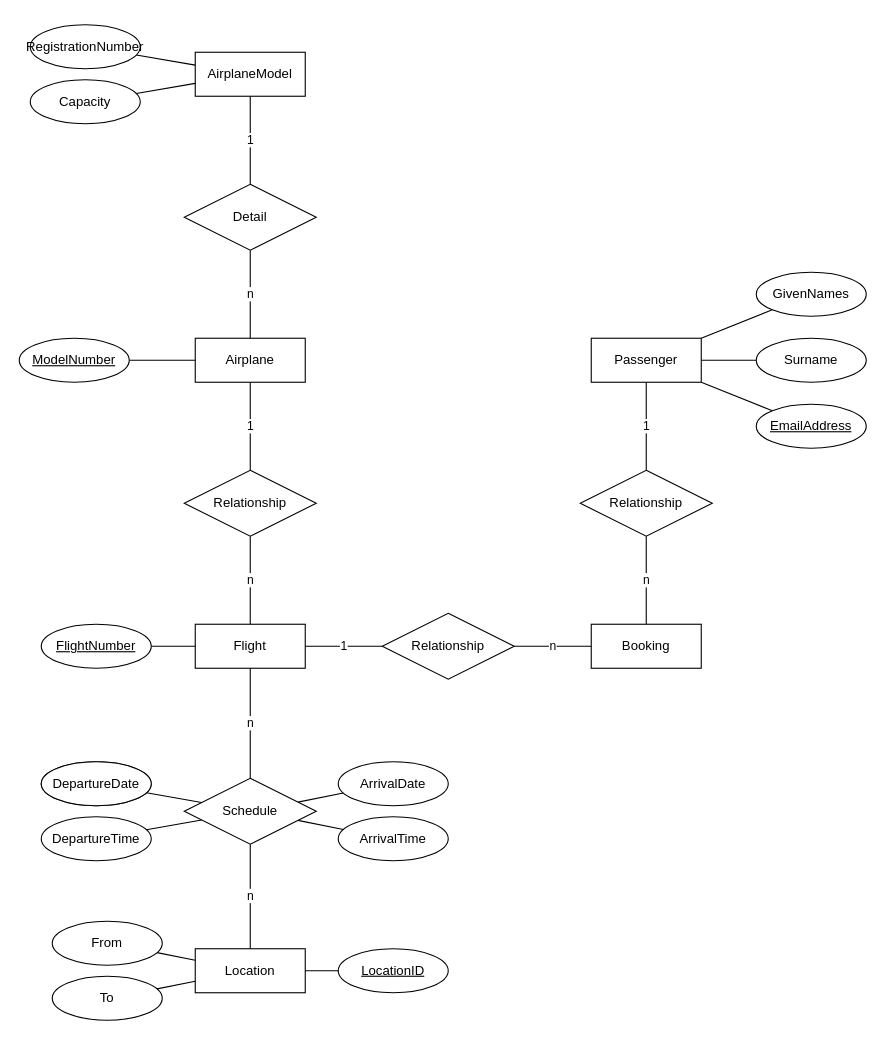
The draw.io diagram page "main" (1 of 3) of Nam3_HK1/CSDL_SQL_Plus/Tuan1/Bai3.drawio in EdgarIgnite16/SGU-Course, before the edit. Source tidied: cells renumbered, new cells numbered last; positions are measured from the earlier drawing's top-left corner, leaving out a move shared by most shapes. Both pictures are drawn from the tidied source at 110%, with x=0, y=0 at pixel (19, 24).
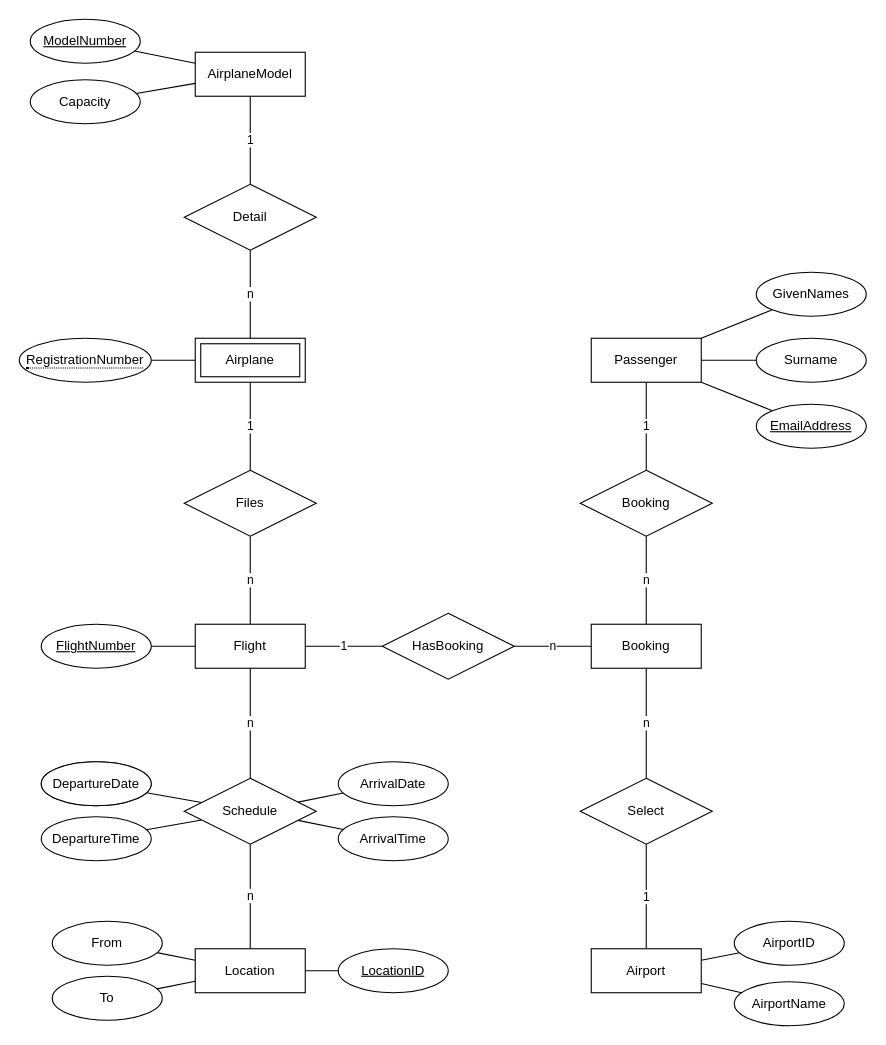
The same page after the edit.

The change refers to these unchanged cells:
```xml
<mxCell id="5" value="Passenger" style="whiteSpace=wrap;html=1;align=center;" parent="1" vertex="1">
  <mxGeometry x="520" y="285" width="100" height="40" as="geometry" />
</mxCell>
<mxCell id="7" value="Booking" style="whiteSpace=wrap;html=1;align=center;" parent="1" vertex="1">
  <mxGeometry x="520" y="545" width="100" height="40" as="geometry" />
</mxCell>
<mxCell id="37" value="AirplaneModel" style="whiteSpace=wrap;html=1;align=center;" parent="1" vertex="1">
  <mxGeometry x="160" y="25" width="100" height="40" as="geometry" />
</mxCell>
```

Diff of the diagram source:
```diff
@@
-    <mxCell id="3" value="Airplane" style="whiteSpace=wrap;html=1;align=center;" parent="1" vertex="1">
-      <mxGeometry x="160" y="285" width="100" height="40" as="geometry" />
-    </mxCell>
-    <mxCell id="4" value="1" style="rounded=0;jettySize=auto;html=1;endArrow=none;endFill=0;" parent="1" edge="1" source="5" target="11">
-      <mxGeometry relative="1" as="geometry" />
+    <mxCell id="4" value="1" style="rounded=0;jettySize=auto;html=1;endArrow=none;endFill=0;" parent="1" edge="1" source="5">
+      <mxGeometry relative="1" as="geometry">
+        <mxPoint x="570" y="405" as="targetPoint" />
+      </mxGeometry>
     </mxCell>
@@
+    <mxCell id="53" value="n" style="edgeStyle=none;rounded=0;jettySize=auto;html=1;endArrow=none;endFill=0;" parent="1" edge="1" source="7" target="59">
+      <mxGeometry relative="1" as="geometry" />
+    </mxCell>
@@
-    <mxCell id="10" value="n" style="edgeStyle=none;rounded=0;jettySize=auto;html=1;endArrow=none;endFill=0;" parent="1" edge="1" source="11" target="7">
-      <mxGeometry relative="1" as="geometry" />
+    <mxCell id="10" value="n" style="edgeStyle=none;rounded=0;jettySize=auto;html=1;endArrow=none;endFill=0;" parent="1" edge="1" target="7">
+      <mxGeometry relative="1" as="geometry">
+        <mxPoint x="570" y="465" as="sourcePoint" />
+      </mxGeometry>
     </mxCell>
-    <mxCell id="11" value="Relationship" style="shape=rhombus;perimeter=rhombusPerimeter;whiteSpace=wrap;html=1;align=center;" parent="1" vertex="1">
-      <mxGeometry x="510" y="405" width="120" height="60" as="geometry" />
-    </mxCell>
@@
-    <mxCell id="13" value="Relationship" style="shape=rhombus;perimeter=rhombusPerimeter;whiteSpace=wrap;html=1;align=center;" parent="1" vertex="1">
+    <mxCell id="13" value="HasBooking" style="shape=rhombus;perimeter=rhombusPerimeter;whiteSpace=wrap;html=1;align=center;" parent="1" vertex="1">
       <mxGeometry x="330" y="535" width="120" height="60" as="geometry" />
     </mxCell>
-    <mxCell id="14" value="Relationship" style="shape=rhombus;perimeter=rhombusPerimeter;whiteSpace=wrap;html=1;align=center;" parent="1" vertex="1">
+    <mxCell id="14" value="Files" style="shape=rhombus;perimeter=rhombusPerimeter;whiteSpace=wrap;html=1;align=center;" parent="1" vertex="1">
       <mxGeometry x="150" y="405" width="120" height="60" as="geometry" />
     </mxCell>
-    <mxCell id="15" style="edgeStyle=none;rounded=0;jettySize=auto;html=1;endArrow=none;endFill=0;" parent="1" edge="1" source="16" target="3">
-      <mxGeometry relative="1" as="geometry" />
-    </mxCell>
+    <mxCell id="54" style="edgeStyle=none;rounded=0;jettySize=auto;html=1;endArrow=none;endFill=0;" parent="1" edge="1" source="16" target="37">
+      <mxGeometry relative="1" as="geometry" />
+    </mxCell>
     <mxCell id="16" value="ModelNumber" style="ellipse;whiteSpace=wrap;html=1;align=center;fontStyle=4;" parent="1" vertex="1">
-      <mxGeometry y="285" width="100" height="40" as="geometry" />
+      <mxGeometry x="10" y="-5" width="100" height="40" as="geometry" />
     </mxCell>
@@
-    <mxCell id="42" style="edgeStyle=none;rounded=0;jettySize=auto;html=1;endArrow=none;endFill=0;" parent="1" edge="1" source="43" target="37">
-      <mxGeometry relative="1" as="geometry" />
-    </mxCell>
-    <mxCell id="43" value="RegistrationNumber" style="ellipse;whiteSpace=wrap;html=1;align=center;" parent="1" vertex="1">
-      <mxGeometry x="10" width="100" height="40" as="geometry" />
-    </mxCell>
@@
+    <mxCell id="55" style="rounded=0;jettySize=auto;html=1;endArrow=none;endFill=0;" parent="1" edge="1" source="43">
+      <mxGeometry relative="1" as="geometry">
+        <mxPoint x="160" y="305" as="targetPoint" />
+      </mxGeometry>
+    </mxCell>
+    <mxCell id="3" value="Airplane" style="shape=ext;margin=3;double=1;whiteSpace=wrap;html=1;align=center;" parent="1" vertex="1">
+      <mxGeometry x="160" y="285" width="100" height="40" as="geometry" />
+    </mxCell>
+    <mxCell id="56" style="edgeStyle=none;rounded=0;orthogonalLoop=1;jettySize=auto;html=1;exitX=1;exitY=0.5;exitDx=0;exitDy=0;endArrow=none;endFill=0;" parent="1" edge="1">
+      <mxGeometry relative="1" as="geometry">
+        <mxPoint x="90" y="310" as="sourcePoint" />
+        <mxPoint x="90" y="310" as="targetPoint" />
+      </mxGeometry>
+    </mxCell>
+    <mxCell id="43" value="&lt;span style=&quot;border-bottom: 1px dotted&quot;&gt;RegistrationNumber&lt;/span&gt;" style="ellipse;whiteSpace=wrap;html=1;align=center;" parent="1" vertex="1">
+      <mxGeometry y="285" width="120" height="40" as="geometry" />
+    </mxCell>
+    <mxCell id="57" value="Booking" style="shape=rhombus;perimeter=rhombusPerimeter;whiteSpace=wrap;html=1;align=center;" parent="1" vertex="1">
+      <mxGeometry x="510" y="405" width="120" height="60" as="geometry" />
+    </mxCell>
+    <mxCell id="58" value="1" style="edgeStyle=none;rounded=0;jettySize=auto;html=1;endArrow=none;endFill=0;" parent="1" edge="1" source="59" target="62">
+      <mxGeometry relative="1" as="geometry" />
+    </mxCell>
+    <mxCell id="59" value="Select" style="shape=rhombus;perimeter=rhombusPerimeter;whiteSpace=wrap;html=1;align=center;" parent="1" vertex="1">
+      <mxGeometry x="510" y="685" width="120" height="60" as="geometry" />
+    </mxCell>
+    <mxCell id="60" style="edgeStyle=none;rounded=0;jettySize=auto;html=1;endArrow=none;endFill=0;" parent="1" edge="1" source="62" target="63">
+      <mxGeometry relative="1" as="geometry" />
+    </mxCell>
+    <mxCell id="61" style="edgeStyle=none;rounded=0;jettySize=auto;html=1;endArrow=none;endFill=0;" parent="1" edge="1" source="62" target="64">
+      <mxGeometry relative="1" as="geometry" />
+    </mxCell>
+    <mxCell id="62" value="Airport" style="whiteSpace=wrap;html=1;align=center;" parent="1" vertex="1">
+      <mxGeometry x="520" y="840" width="100" height="40" as="geometry" />
+    </mxCell>
+    <mxCell id="63" value="AirportID" style="ellipse;whiteSpace=wrap;html=1;align=center;" parent="1" vertex="1">
+      <mxGeometry x="650" y="815" width="100" height="40" as="geometry" />
+    </mxCell>
+    <mxCell id="64" value="AirportName" style="ellipse;whiteSpace=wrap;html=1;align=center;" parent="1" vertex="1">
+      <mxGeometry x="650" y="870" width="100" height="40" as="geometry" />
+    </mxCell>
```
